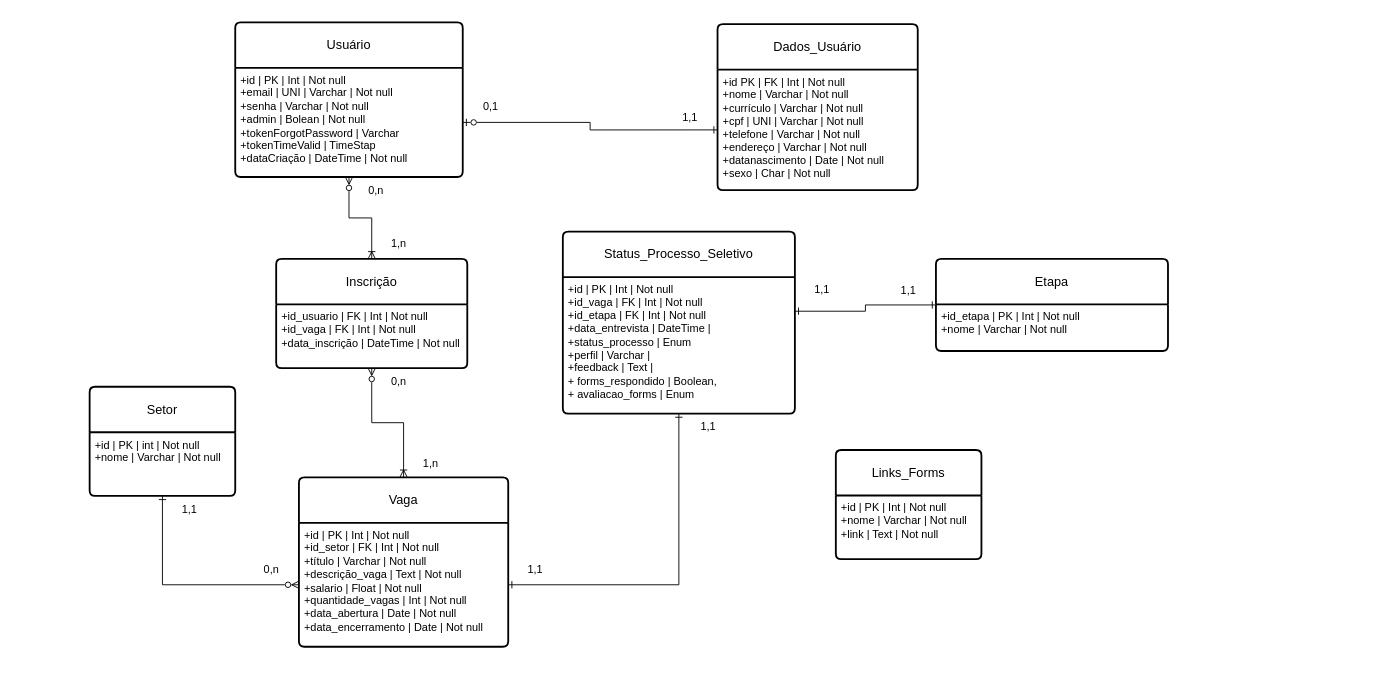
This is Diagrama Modelo Lógico.drawio from ExtraProjects860/Project-Selection-Process-Control, a draw.io file, before an edit. Source tidied: cells renumbered, new cells numbered last; positions are measured from the earlier drawing's top-left corner, leaving out a move shared by most shapes. Both pictures are drawn from the tidied source at 91%, with x=0, y=0 at pixel (89, 22).
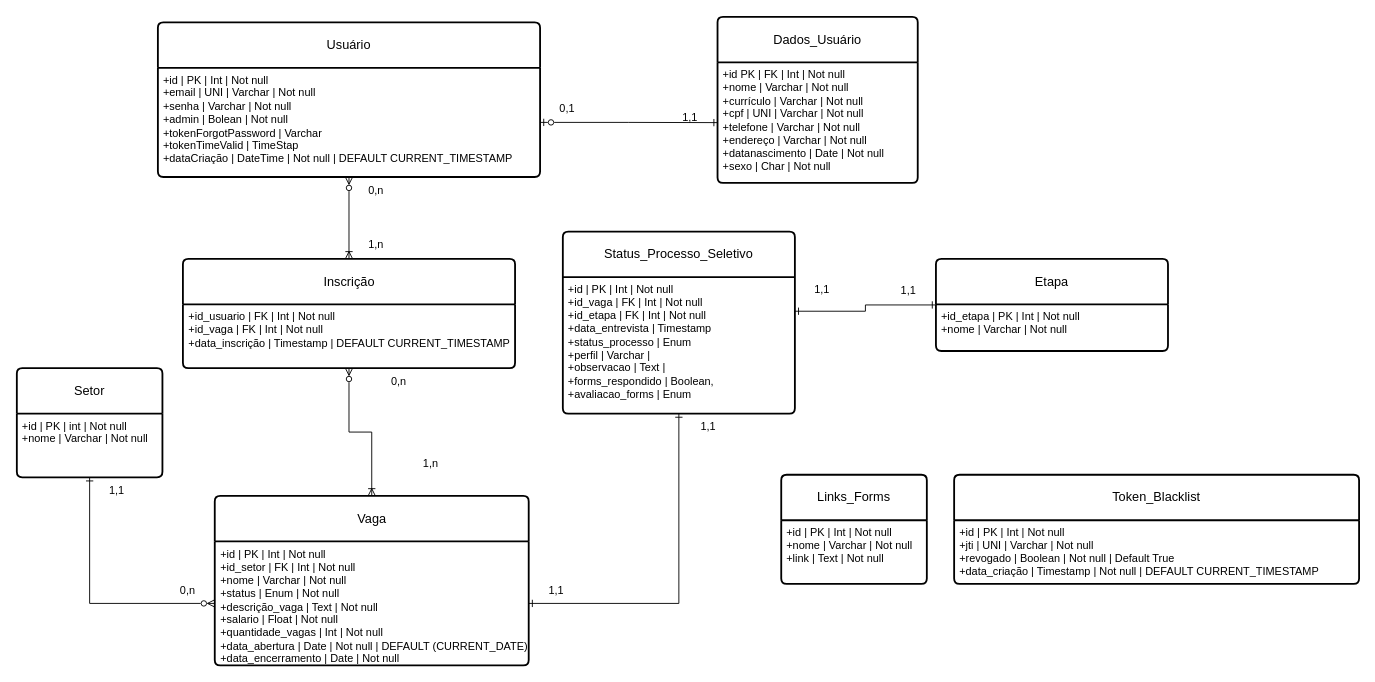
After the change.

Unchanged cells that the change refers to:
```xml
<mxCell id="8" value="Status_Processo_Seletivo" style="swimlane;horizontal=1;startSize=50;rounded=1;fontSize=14;fontStyle=0;strokeWidth=2;shadow=0;dashed=0;align=center;arcSize=4;whiteSpace=wrap;html=1;" parent="1" vertex="1">
  <mxGeometry x="520" y="230" width="255" height="200" as="geometry" />
</mxCell>
```

Diff of the diagram source:
```diff
@@
     <mxCell id="2" value="Usuário" style="swimlane;horizontal=1;startSize=50;rounded=1;fontSize=14;fontStyle=0;strokeWidth=2;shadow=0;dashed=0;align=center;arcSize=4;whiteSpace=wrap;html=1;" parent="1" vertex="1">
-      <mxGeometry x="160" width="250" height="170" as="geometry" />
+      <mxGeometry x="75" width="420" height="170" as="geometry" />
     </mxCell>
-    <mxCell id="3" value="+id | PK | Int | Not null&lt;br&gt;+email | UNI | Varchar | Not null&lt;br&gt;+senha | Varchar | Not null&lt;div&gt;+admin | Bolean | Not null&lt;/div&gt;&lt;div&gt;+tokenForgotPassword | Varchar&lt;/div&gt;&lt;div&gt;+tokenTimeValid | TimeStap&lt;/div&gt;&lt;div&gt;+dataCriação | DateTime | Not null&lt;/div&gt;" style="align=left;strokeColor=none;fillColor=none;spacingLeft=4;fontSize=12;verticalAlign=top;html=1;" parent="2" vertex="1">
-      <mxGeometry y="50" width="250" height="120" as="geometry" />
+    <mxCell id="3" value="+id | PK | Int | Not null&lt;br&gt;+email | UNI | Varchar | Not null&lt;br&gt;+senha | Varchar | Not null&lt;div&gt;+admin | Bolean | Not null&lt;/div&gt;&lt;div&gt;+tokenForgotPassword | Varchar&lt;/div&gt;&lt;div&gt;+tokenTimeValid | TimeStap&lt;/div&gt;&lt;div&gt;+dataCriação | DateTime | Not null |&amp;nbsp;DEFAULT CURRENT_TIMESTAMP&lt;/div&gt;" style="align=left;strokeColor=none;fillColor=none;spacingLeft=4;fontSize=12;verticalAlign=top;html=1;" parent="2" vertex="1">
+      <mxGeometry y="50" width="420" height="120" as="geometry" />
     </mxCell>
     <mxCell id="4" value="Dados_Usuário" style="swimlane;horizontal=1;startSize=50;rounded=1;fontSize=14;fontStyle=0;strokeWidth=2;shadow=0;dashed=0;align=center;arcSize=4;whiteSpace=wrap;html=1;" parent="1" vertex="1">
-      <mxGeometry x="690" y="2" width="220" height="182.5" as="geometry" />
+      <mxGeometry x="690" y="-6" width="220" height="182.5" as="geometry" />
     </mxCell>
@@
     <mxCell id="6" value="Setor" style="swimlane;horizontal=1;startSize=50;rounded=1;fontSize=14;fontStyle=0;strokeWidth=2;shadow=0;dashed=0;align=center;arcSize=4;whiteSpace=wrap;html=1;" parent="1" vertex="1">
-      <mxGeometry y="400.5" width="160" height="120" as="geometry" />
+      <mxGeometry x="-80" y="380" width="160" height="120" as="geometry" />
     </mxCell>
@@
-    <mxCell id="9" value="+id | PK | Int | Not null&lt;div&gt;+id_vaga&amp;nbsp;&lt;span style=&quot;background-color: initial;&quot;&gt;| FK | Int | Not null&lt;/span&gt;&lt;/div&gt;&lt;div&gt;+id_etapa | FK | Int | Not null&lt;/div&gt;&lt;div&gt;&lt;span style=&quot;background-color: initial;&quot;&gt;+data_entrevista | DateTime |&amp;nbsp;&lt;/span&gt;&lt;/div&gt;&lt;div&gt;&lt;span style=&quot;background-color: initial;&quot;&gt;+status_processo | Enum&lt;/span&gt;&lt;/div&gt;&lt;div&gt;+perfil | Varchar |&lt;/div&gt;&lt;div&gt;+feedback | Text |&lt;/div&gt;&lt;div&gt;+ forms_respondido | Boolean,&lt;/div&gt;&lt;div&gt;+ avaliacao_forms | Enum&lt;/div&gt;" style="align=left;strokeColor=none;fillColor=none;spacingLeft=4;fontSize=12;verticalAlign=top;html=1;" parent="8" vertex="1">
+    <mxCell id="9" value="+id | PK | Int | Not null&lt;div&gt;+id_vaga&amp;nbsp;&lt;span style=&quot;background-color: initial;&quot;&gt;| FK | Int | Not null&lt;/span&gt;&lt;/div&gt;&lt;div&gt;+id_etapa | FK | Int | Not null&lt;/div&gt;&lt;div&gt;&lt;span style=&quot;background-color: initial;&quot;&gt;+data_entrevista | Timestamp&amp;nbsp;&amp;nbsp;&lt;/span&gt;&lt;/div&gt;&lt;div&gt;&lt;span style=&quot;background-color: initial;&quot;&gt;+status_processo | Enum&lt;/span&gt;&lt;/div&gt;&lt;div&gt;+perfil | Varchar |&lt;/div&gt;&lt;div&gt;+observacao | Text |&lt;/div&gt;&lt;div&gt;+forms_respondido | Boolean,&lt;/div&gt;&lt;div&gt;+avaliacao_forms | Enum&lt;/div&gt;" style="align=left;strokeColor=none;fillColor=none;spacingLeft=4;fontSize=12;verticalAlign=top;html=1;" parent="8" vertex="1">
       <mxGeometry y="50" width="255" height="150" as="geometry" />
     </mxCell>
     <mxCell id="10" value="0,1" style="text;html=1;align=center;verticalAlign=middle;whiteSpace=wrap;rounded=0;" parent="1" vertex="1">
-      <mxGeometry x="411" y="77.5" width="60" height="30" as="geometry" />
+      <mxGeometry x="495" y="80" width="60" height="30" as="geometry" />
     </mxCell>
@@
     <mxCell id="13" value="1,1" style="text;html=1;align=center;verticalAlign=middle;whiteSpace=wrap;rounded=0;" parent="1" vertex="1">
-      <mxGeometry x="80" y="520.5" width="60" height="30" as="geometry" />
+      <mxGeometry y="500" width="60" height="30" as="geometry" />
     </mxCell>
     <mxCell id="14" value="1,1" style="text;html=1;align=center;verticalAlign=middle;whiteSpace=wrap;rounded=0;" parent="1" vertex="1">
-      <mxGeometry x="460" y="587.2" width="60" height="30" as="geometry" />
+      <mxGeometry x="482.5" y="610" width="60" height="30" as="geometry" />
     </mxCell>
@@
     <mxCell id="17" value="Vaga" style="swimlane;horizontal=1;startSize=50;rounded=1;fontSize=14;fontStyle=0;strokeWidth=2;shadow=0;dashed=0;align=center;arcSize=4;whiteSpace=wrap;html=1;" parent="1" vertex="1">
-      <mxGeometry x="230" y="500" width="230" height="186.2" as="geometry" />
+      <mxGeometry x="137.5" y="520.5" width="345" height="186.2" as="geometry" />
     </mxCell>
-    <mxCell id="18" value="&lt;div&gt;+id | PK | Int | Not null&lt;/div&gt;&lt;div&gt;+id_setor | FK | Int | Not null&lt;/div&gt;&lt;div&gt;&lt;span style=&quot;background-color: initial;&quot;&gt;+título | Varchar | Not null&lt;/span&gt;&lt;br&gt;&lt;/div&gt;&lt;div&gt;+descrição_vaga | Text | Not null&lt;/div&gt;&lt;div&gt;+salario | Float | Not null&lt;/div&gt;&lt;div&gt;+quantidade_vagas | Int | Not null&lt;/div&gt;&lt;div&gt;+data_abertura | Date | Not null&lt;/div&gt;&lt;div&gt;+data_encerramento | Date | Not null&lt;/div&gt;" style="align=left;strokeColor=none;fillColor=none;spacingLeft=4;fontSize=12;verticalAlign=top;html=1;" parent="17" vertex="1">
-      <mxGeometry y="50" width="230" height="136.2" as="geometry" />
+    <mxCell id="18" value="&lt;div&gt;+id | PK | Int | Not null&lt;/div&gt;&lt;div&gt;+id_setor | FK | Int | Not null&lt;/div&gt;&lt;div&gt;&lt;span style=&quot;background-color: initial;&quot;&gt;+nome | Varchar | Not null&lt;/span&gt;&lt;br&gt;&lt;/div&gt;&lt;div&gt;&lt;span style=&quot;background-color: initial;&quot;&gt;+status | Enum | Not null&lt;/span&gt;&lt;/div&gt;&lt;div&gt;+descrição_vaga | Text | Not null&lt;/div&gt;&lt;div&gt;+salario | Float | Not null&lt;/div&gt;&lt;div&gt;+quantidade_vagas | Int | Not null&lt;/div&gt;&lt;div&gt;+data_abertura | Date | Not null |&amp;nbsp;DEFAULT (CURRENT_DATE)&lt;/div&gt;&lt;div&gt;+data_encerramento | Date | Not null&lt;/div&gt;" style="align=left;strokeColor=none;fillColor=none;spacingLeft=4;fontSize=12;verticalAlign=top;html=1;" parent="17" vertex="1">
+      <mxGeometry y="50" width="345" height="136.2" as="geometry" />
     </mxCell>
     <mxCell id="19" value="0,n" style="text;html=1;align=center;verticalAlign=middle;whiteSpace=wrap;rounded=0;" parent="1" vertex="1">
-      <mxGeometry x="170" y="587.2" width="60" height="30" as="geometry" />
+      <mxGeometry x="77.5" y="610" width="60" height="30" as="geometry" />
     </mxCell>
@@
     <mxCell id="21" value="Inscrição" style="swimlane;horizontal=1;startSize=50;rounded=1;fontSize=14;fontStyle=0;strokeWidth=2;shadow=0;dashed=0;align=center;arcSize=4;whiteSpace=wrap;html=1;" parent="1" vertex="1">
-      <mxGeometry x="205" y="260" width="210" height="120" as="geometry" />
+      <mxGeometry x="102.5" y="260" width="365" height="120" as="geometry" />
     </mxCell>
-    <mxCell id="22" value="+id_usuario | FK | Int | Not null&lt;br&gt;+id_vaga | FK | Int | Not null&lt;br&gt;+data_inscrição | DateTime | Not null" style="align=left;strokeColor=none;fillColor=none;spacingLeft=4;fontSize=12;verticalAlign=top;html=1;" parent="21" vertex="1">
-      <mxGeometry y="50" width="210" height="70" as="geometry" />
+    <mxCell id="22" value="+id_usuario | FK | Int | Not null&lt;br&gt;+id_vaga | FK | Int | Not null&lt;br&gt;+data_inscrição | Timestamp | DEFAULT CURRENT_TIMESTAMP" style="align=left;strokeColor=none;fillColor=none;spacingLeft=4;fontSize=12;verticalAlign=top;html=1;" parent="21" vertex="1">
+      <mxGeometry y="50" width="365" height="70" as="geometry" />
     </mxCell>
@@
     <mxCell id="26" value="1,n" style="text;html=1;align=center;verticalAlign=middle;whiteSpace=wrap;rounded=0;" parent="1" vertex="1">
-      <mxGeometry x="310" y="228" width="60" height="30" as="geometry" />
+      <mxGeometry x="285" y="230" width="60" height="30" as="geometry" />
     </mxCell>
@@
     <mxCell id="34" value="Links_Forms" style="swimlane;horizontal=1;startSize=50;rounded=1;fontSize=14;fontStyle=0;strokeWidth=2;shadow=0;dashed=0;align=center;arcSize=4;whiteSpace=wrap;html=1;" parent="1" vertex="1">
-      <mxGeometry x="820" y="470" width="160" height="120" as="geometry" />
+      <mxGeometry x="760" y="497.2" width="160" height="120" as="geometry" />
     </mxCell>
@@
+    <mxCell id="36" value="Token_Blacklist" style="swimlane;horizontal=1;startSize=50;rounded=1;fontSize=14;fontStyle=0;strokeWidth=2;shadow=0;dashed=0;align=center;arcSize=4;whiteSpace=wrap;html=1;" parent="1" vertex="1">
+      <mxGeometry x="950" y="497.2" width="445" height="120" as="geometry" />
+    </mxCell>
+    <mxCell id="37" value="+id | PK | Int | Not null&lt;div&gt;+jti | UNI | Varchar | Not null&lt;/div&gt;&lt;div&gt;+revogado | Boolean | Not null | Default True&lt;br&gt;&lt;div&gt;+data_criação | Timestamp | Not null |&amp;nbsp;DEFAULT CURRENT_TIMESTAMP&lt;/div&gt;&lt;/div&gt;" style="align=left;strokeColor=none;fillColor=none;spacingLeft=4;fontSize=12;verticalAlign=top;html=1;" parent="36" vertex="1">
+      <mxGeometry y="50" width="445" height="70" as="geometry" />
+    </mxCell>
```
